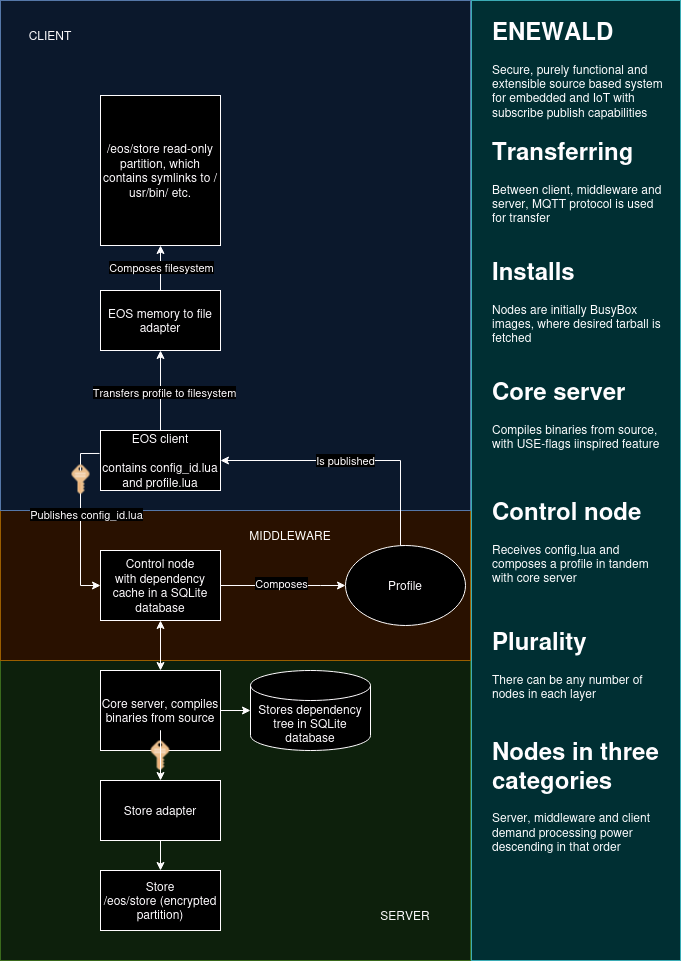
Before: assets/enewald_spec.png, a diagram exported from draw.io (eikrt/eikrt.github.io). Source tidied: cells renumbered, new cells last; positions are measured from the earlier drawing's top-left corner, leaving out a move shared by most shapes.
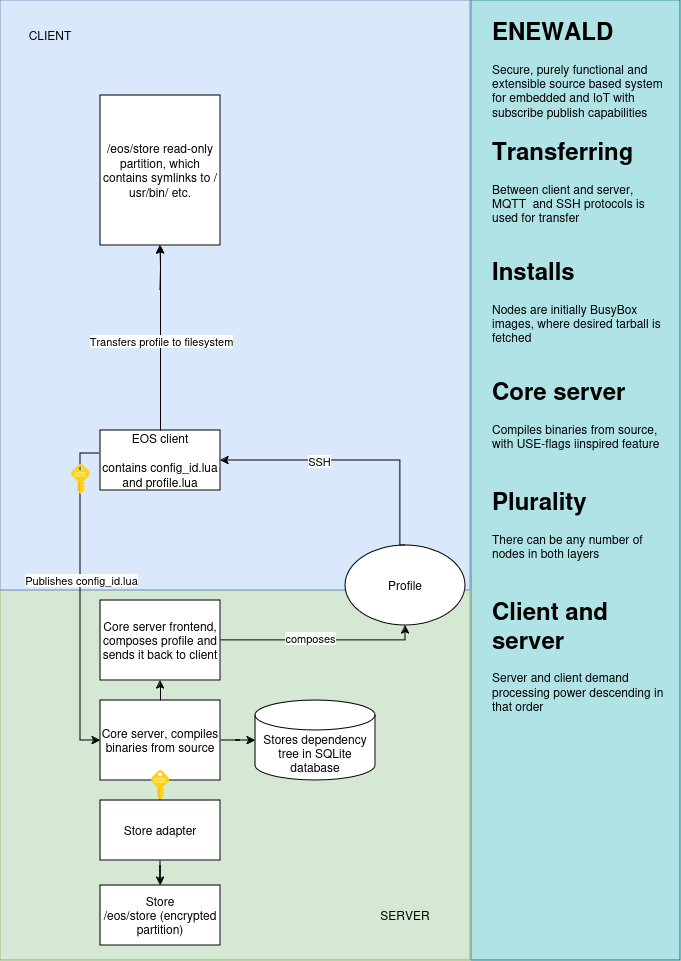
Above is the later version.

What changed in the source:
```diff
@@ -6,13 +6,10 @@
       <mxGeometry x="471" width="209" height="960" as="geometry" />
     </mxCell>
     <mxCell id="3" style="rounded=0;whiteSpace=wrap;html=1;fillColor=#d5e8d4;strokeColor=#82b366;" parent="1" vertex="1">
-      <mxGeometry y="660" width="470" height="300" as="geometry" />
+      <mxGeometry y="590" width="470" height="370" as="geometry" />
     </mxCell>
-    <mxCell id="4" style="rounded=0;whiteSpace=wrap;html=1;fillColor=#ffe6cc;strokeColor=#d79b00;" parent="1" vertex="1">
-      <mxGeometry y="510" width="470" height="150" as="geometry" />
-    </mxCell>
     <mxCell id="5" style="rounded=0;whiteSpace=wrap;html=1;fillColor=#dae8fc;strokeColor=#6c8ebf;" parent="1" vertex="1">
-      <mxGeometry width="470" height="510" as="geometry" />
+      <mxGeometry width="470" height="590" as="geometry" />
     </mxCell>
     <mxCell id="6" style="edgeStyle=orthogonalEdgeStyle;rounded=0;jettySize=auto;html=1;" parent="1" edge="1" source="10" target="18">
       <mxGeometry relative="1" as="geometry" />
@@ -24,38 +21,37 @@
         </Array>
       </mxGeometry>
     </mxCell>
-    <mxCell id="8" value="&lt;div&gt;Is published&lt;/div&gt;" style="edgeLabel;html=1;align=center;verticalAlign=middle;" parent="7" vertex="1">
-      <mxGeometry x="0.08" y="-1" relative="1" as="geometry" />
-    </mxCell>
+    <mxCell id="42" value="SSH" style="edgeLabel;html=1;align=center;verticalAlign=middle;" parent="7" vertex="1">
+      <mxGeometry x="0.27" relative="1" as="geometry" />
+    </mxCell>
     <mxCell id="9" style="edgeStyle=orthogonalEdgeStyle;rounded=0;jettySize=auto;html=1;" parent="1" edge="1" source="10" target="41">
       <mxGeometry relative="1" as="geometry" />
     </mxCell>
+    <mxCell id="43" style="edgeStyle=orthogonalEdgeStyle;rounded=0;jettySize=auto;html=1;exitX=0.5;exitY=0;exitDx=0;exitDy=0;entryX=0.5;entryY=1;entryDx=0;entryDy=0;" parent="1" edge="1" source="10" target="46">
+      <mxGeometry relative="1" as="geometry" />
+    </mxCell>
     <mxCell id="10" value="Core server, compiles binaries from source" style="rounded=0;whiteSpace=wrap;html=1;" parent="1" vertex="1">
-      <mxGeometry x="100" y="670" width="120" height="80" as="geometry" />
+      <mxGeometry x="100" y="700" width="120" height="80" as="geometry" />
     </mxCell>
     <mxCell id="11" value="&lt;div&gt;Store&lt;/div&gt;&lt;div&gt;/eos/store (encrypted partition)&lt;br&gt;&lt;/div&gt;" style="rounded=0;whiteSpace=wrap;html=1;" parent="1" vertex="1">
-      <mxGeometry x="100" y="870" width="120" height="60" as="geometry" />
+      <mxGeometry x="100" y="885" width="120" height="60" as="geometry" />
     </mxCell>
-    <mxCell id="12" style="edgeStyle=orthogonalEdgeStyle;rounded=0;jettySize=auto;html=1;" parent="1" edge="1" source="28" target="20">
-      <mxGeometry relative="1" as="geometry" />
+    <mxCell id="12" style="edgeStyle=orthogonalEdgeStyle;rounded=0;jettySize=auto;html=1;" parent="1" edge="1" target="20">
+      <mxGeometry relative="1" as="geometry">
+        <mxPoint x="160" y="290" as="sourcePoint" />
+      </mxGeometry>
     </mxCell>
-    <mxCell id="13" value="Composes filesystem" style="edgeLabel;html=1;align=center;verticalAlign=middle;" parent="12" vertex="1">
-      <mxGeometry x="0.7" y="2" relative="1" as="geometry">
-        <mxPoint x="2" y="14" as="offset" />
-      </mxGeometry>
-    </mxCell>
-    <mxCell id="14" style="edgeStyle=orthogonalEdgeStyle;rounded=0;jettySize=auto;html=1;entryX=0;entryY=0.5;entryDx=0;entryDy=0;exitX=-0.008;exitY=0.383;exitDx=0;exitDy=0;exitPerimeter=0;" parent="1" edge="1" source="16">
+    <mxCell id="14" style="edgeStyle=orthogonalEdgeStyle;rounded=0;jettySize=auto;html=1;entryX=0;entryY=0.5;entryDx=0;entryDy=0;exitX=-0.008;exitY=0.383;exitDx=0;exitDy=0;exitPerimeter=0;" parent="1" edge="1" source="16" target="10">
       <mxGeometry relative="1" as="geometry">
-        <mxPoint x="100" y="585" as="targetPoint" />
         <Array as="points">
           <mxPoint x="80" y="453" />
-          <mxPoint x="80" y="585" />
+          <mxPoint x="80" y="740" />
         </Array>
       </mxGeometry>
     </mxCell>
     <mxCell id="15" value="Publishes config_id.lua" style="edgeLabel;html=1;align=center;verticalAlign=middle;" parent="14" vertex="1">
       <mxGeometry x="-0.15" y="-3" relative="1" as="geometry">
-        <mxPoint x="8" y="8" as="offset" />
+        <mxPoint x="3" y="8" as="offset" />
       </mxGeometry>
     </mxCell>
     <mxCell id="16" value="&lt;div&gt;EOS client&lt;/div&gt;&lt;div&gt;&lt;br&gt;&lt;/div&gt;&lt;div&gt;contains config_id.lua and profile.lua&lt;/div&gt;" style="rounded=0;whiteSpace=wrap;html=1;" parent="1" vertex="1">
@@ -65,7 +61,7 @@
       <mxGeometry relative="1" as="geometry" />
     </mxCell>
     <mxCell id="18" style="image;sketch=0;html=1;points=[];align=center;fontSize=12;image=img/lib/mscae/Key.svg;" parent="1" vertex="1">
-      <mxGeometry x="150.7" y="740" width="18.6" height="30" as="geometry" />
+      <mxGeometry x="150.7" y="770" width="18.6" height="30" as="geometry" />
     </mxCell>
     <mxCell id="19" value="Profile" style="ellipse;whiteSpace=wrap;html=1;" parent="1" vertex="1">
       <mxGeometry x="345" y="545" width="120" height="80" as="geometry" />
@@ -79,74 +75,61 @@
     <mxCell id="22" style="edgeStyle=orthogonalEdgeStyle;rounded=0;jettySize=auto;html=1;" parent="1" edge="1" source="18" target="23">
       <mxGeometry relative="1" as="geometry">
         <Array as="points">
-          <mxPoint x="160" y="730" />
-          <mxPoint x="160" y="730" />
+          <mxPoint x="160" y="790" />
+          <mxPoint x="160" y="790" />
         </Array>
       </mxGeometry>
     </mxCell>
     <mxCell id="23" value="&lt;div&gt;Store adapter&lt;/div&gt;" style="rounded=0;whiteSpace=wrap;html=1;" parent="1" vertex="1">
-      <mxGeometry x="100" y="780" width="120" height="60" as="geometry" />
+      <mxGeometry x="100" y="800" width="120" height="60" as="geometry" />
     </mxCell>
-    <mxCell id="24" value="&lt;h1 style=&quot;margin-top: 0px;&quot;&gt;Transferring&lt;/h1&gt;&lt;div&gt;Between client, middleware and server, MQTT protocol is used for transfer&lt;br&gt;&lt;/div&gt;" style="text;html=1;whiteSpace=wrap;overflow=hidden;rounded=0;" parent="1" vertex="1">
+    <mxCell id="24" value="&lt;h1 style=&quot;margin-top: 0px;&quot;&gt;Transferring&lt;/h1&gt;&lt;div&gt;Between client and server, MQTT&amp;nbsp; and SSH protocols is used for transfer&lt;br&gt;&lt;/div&gt;" style="text;html=1;whiteSpace=wrap;overflow=hidden;rounded=0;" parent="1" vertex="1">
       <mxGeometry x="490" y="130" width="180" height="120" as="geometry" />
     </mxCell>
     <mxCell id="25" value="&lt;h1 style=&quot;margin-top: 0px;&quot;&gt;Installs&lt;br&gt;&lt;/h1&gt;&lt;div&gt;Nodes are initially BusyBox images, where desired tarball is fetched&lt;/div&gt;" style="text;html=1;whiteSpace=wrap;overflow=hidden;rounded=0;" parent="1" vertex="1">
       <mxGeometry x="490" y="250" width="180" height="120" as="geometry" />
     </mxCell>
-    <mxCell id="26" style="edgeStyle=orthogonalEdgeStyle;rounded=0;jettySize=auto;html=1;" parent="1" edge="1" source="16" target="28">
+    <mxCell id="26" style="edgeStyle=orthogonalEdgeStyle;rounded=0;jettySize=auto;html=1;entryX=0.5;entryY=1;entryDx=0;entryDy=0;" parent="1" edge="1" source="16" target="20">
       <mxGeometry relative="1" as="geometry" />
     </mxCell>
     <mxCell id="27" value="Transfers profile to filesystem" style="edgeLabel;html=1;align=center;verticalAlign=middle;" parent="26" vertex="1">
-      <mxGeometry x="-0.03" y="-3" relative="1" as="geometry" />
+      <mxGeometry x="-0.03" y="-3" relative="1" as="geometry">
+        <mxPoint x="-3" as="offset" />
+      </mxGeometry>
     </mxCell>
-    <mxCell id="28" value="&lt;div&gt;EOS memory to file adapter&lt;/div&gt;" style="rounded=0;whiteSpace=wrap;html=1;" parent="1" vertex="1">
-      <mxGeometry x="100" y="290" width="120" height="60" as="geometry" />
-    </mxCell>
     <mxCell id="29" value="&lt;h1 style=&quot;margin-top: 0px;&quot;&gt;Core server&lt;br&gt;&lt;/h1&gt;&lt;p&gt;Compiles binaries from source, with USE-flags iinspired feature&lt;br&gt;&lt;/p&gt;" style="text;html=1;whiteSpace=wrap;overflow=hidden;rounded=0;" parent="1" vertex="1">
       <mxGeometry x="490" y="370" width="180" height="120" as="geometry" />
     </mxCell>
     <mxCell id="30" value="CLIENT" style="text;html=1;align=center;verticalAlign=middle;whiteSpace=wrap;rounded=0;" parent="1" vertex="1">
       <mxGeometry x="20" y="20" width="60" height="30" as="geometry" />
     </mxCell>
-    <mxCell id="31" style="edgeStyle=orthogonalEdgeStyle;rounded=0;jettySize=auto;html=1;exitX=1;exitY=0.5;exitDx=0;exitDy=0;" parent="1" edge="1" source="34" target="19">
-      <mxGeometry relative="1" as="geometry">
-        <Array as="points">
-          <mxPoint x="320" y="585" />
-          <mxPoint x="320" y="585" />
-        </Array>
-      </mxGeometry>
-    </mxCell>
-    <mxCell id="32" value="Composes" style="edgeLabel;html=1;align=center;verticalAlign=middle;" parent="31" vertex="1">
-      <mxGeometry x="-0.14" y="3" relative="1" as="geometry">
-        <mxPoint x="6" as="offset" />
-      </mxGeometry>
-    </mxCell>
     <mxCell id="33" value="SERVER" style="text;html=1;align=center;verticalAlign=middle;whiteSpace=wrap;rounded=0;" parent="1" vertex="1">
       <mxGeometry x="375" y="900" width="60" height="30" as="geometry" />
     </mxCell>
-    <mxCell id="34" value="&lt;div&gt;Control node&lt;/div&gt;with dependency cache in a SQLite database" style="rounded=0;whiteSpace=wrap;html=1;" parent="1" vertex="1">
-      <mxGeometry x="100" y="550" width="120" height="70" as="geometry" />
-    </mxCell>
-    <mxCell id="35" value="&lt;h1 style=&quot;margin-top: 0px;&quot;&gt;Plurality&lt;/h1&gt;&lt;p&gt;There can be any number of nodes in each layer&lt;br&gt;&lt;/p&gt;" style="text;html=1;whiteSpace=wrap;overflow=hidden;rounded=0;" parent="1" vertex="1">
-      <mxGeometry x="490" y="620" width="180" height="120" as="geometry" />
+    <mxCell id="35" value="&lt;h1 style=&quot;margin-top: 0px;&quot;&gt;Plurality&lt;/h1&gt;&lt;p&gt;There can be any number of nodes in both layers&lt;br&gt;&lt;/p&gt;" style="text;html=1;whiteSpace=wrap;overflow=hidden;rounded=0;" parent="1" vertex="1">
+      <mxGeometry x="490" y="480" width="180" height="120" as="geometry" />
     </mxCell>
     <mxCell id="36" style="image;sketch=0;html=1;align=center;fontSize=12;image=img/lib/mscae/Key.svg;" parent="1" vertex="1">
       <mxGeometry x="71" y="464" width="18.6" height="30" as="geometry" />
     </mxCell>
-    <mxCell id="37" style="endArrow=classic;startArrow=classic;html=1;rounded=0;exitX=0.5;exitY=0;exitDx=0;exitDy=0;entryX=0.5;entryY=1;entryDx=0;entryDy=0;" parent="1" edge="1" source="10" target="34">
-      <mxGeometry relative="1" as="geometry" />
-    </mxCell>
-    <mxCell id="38" value="&lt;h1 style=&quot;margin-top: 0px;&quot;&gt;Control node&lt;br&gt;&lt;/h1&gt;&lt;p&gt;Receives config.lua and composes a profile in tandem with core server&lt;br&gt;&lt;/p&gt;" style="text;html=1;whiteSpace=wrap;overflow=hidden;rounded=0;" parent="1" vertex="1">
-      <mxGeometry x="490" y="490" width="180" height="120" as="geometry" />
-    </mxCell>
-    <mxCell id="39" value="MIDDLEWARE" style="text;html=1;align=center;verticalAlign=middle;whiteSpace=wrap;rounded=0;" parent="1" vertex="1">
-      <mxGeometry x="260" y="520" width="60" height="30" as="geometry" />
-    </mxCell>
-    <mxCell id="40" value="&lt;h1 style=&quot;margin-top: 0px;&quot;&gt;Nodes in three categories&lt;br&gt;&lt;/h1&gt;&lt;p&gt;Server, middleware and client demand processing power descending in that order&lt;br&gt;&lt;/p&gt;" style="text;html=1;whiteSpace=wrap;overflow=hidden;rounded=0;" parent="1" vertex="1">
-      <mxGeometry x="490" y="730" width="180" height="120" as="geometry" />
+    <mxCell id="40" value="&lt;h1 style=&quot;margin-top: 0px;&quot;&gt;Client and server&lt;br&gt;&lt;/h1&gt;&lt;p&gt;Server and client demand processing power descending in that order&lt;br&gt;&lt;/p&gt;" style="text;html=1;whiteSpace=wrap;overflow=hidden;rounded=0;" parent="1" vertex="1">
+      <mxGeometry x="490" y="590" width="180" height="120" as="geometry" />
     </mxCell>
     <mxCell id="41" value="Stores dependency tree in SQLite database" style="shape=cylinder3;whiteSpace=wrap;html=1;boundedLbl=1;backgroundOutline=1;size=15;" parent="1" vertex="1">
-      <mxGeometry x="250" y="670" width="120" height="80" as="geometry" />
+      <mxGeometry x="255" y="700" width="120" height="80" as="geometry" />
     </mxCell>
+    <mxCell id="44" style="edgeStyle=orthogonalEdgeStyle;rounded=0;jettySize=auto;html=1;entryX=0.5;entryY=1;entryDx=0;entryDy=0;" parent="1" edge="1" source="46" target="19">
+      <mxGeometry relative="1" as="geometry">
+        <Array as="points">
+          <mxPoint x="405" y="640" />
+        </Array>
+      </mxGeometry>
+    </mxCell>
+    <mxCell id="45" value="&lt;div&gt;composes&lt;/div&gt;" style="edgeLabel;html=1;align=center;verticalAlign=middle;" parent="44" vertex="1">
+      <mxGeometry x="-0.11" y="3" relative="1" as="geometry" />
+    </mxCell>
+    <mxCell id="46" value="Core server frontend, composes profile and sends it back to client" style="rounded=0;whiteSpace=wrap;html=1;" parent="1" vertex="1">
+      <mxGeometry x="100" y="600" width="120" height="80" as="geometry" />
+    </mxCell>
   </root>
 </mxGraphModel>
```
